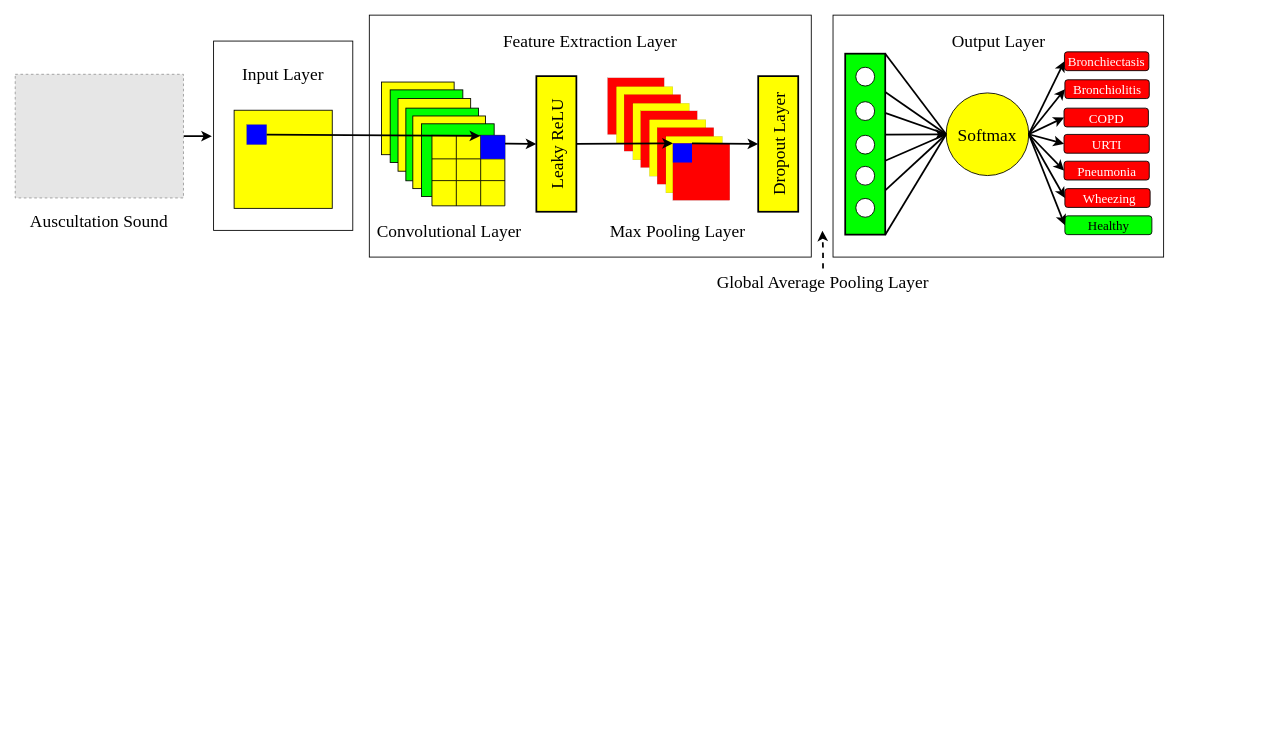
a3X3k/-Random- keeps this draw.io diagram as FYP.drawio. Above is the earlier version. Source tidied: cells renumbered, new cells numbered last; positions are measured from the earlier drawing's top-left corner, leaving out a move shared by most shapes. Both pictures are drawn from the tidied source at 87%, with x=0, y=0 at pixel (15, 15). Pictures stored in the file or linked from it are replaced by grey dashed boxes.
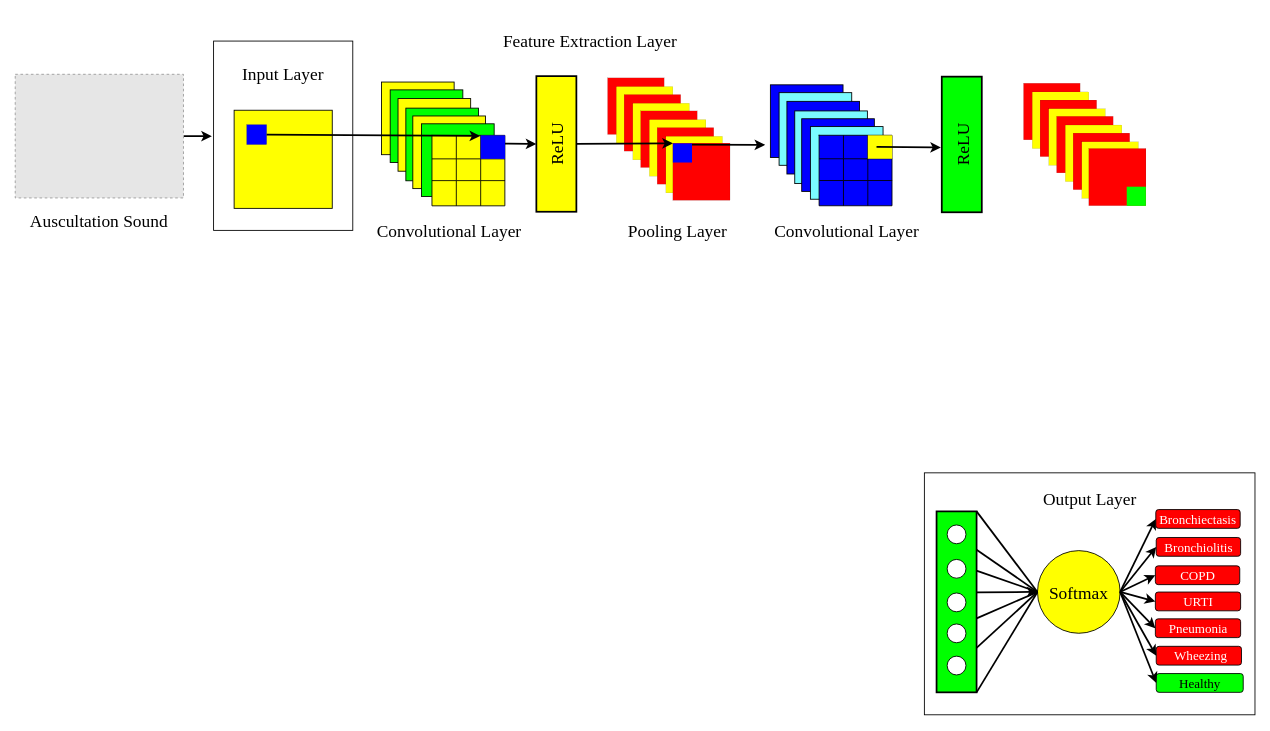
Above is the later version.

The change refers to these unchanged cells:
```xml
<mxCell id="24" style="whiteSpace=wrap;html=1;rounded=0;shadow=0;glass=0;sketch=0;fillStyle=auto;strokeColor=none;strokeWidth=0;fillColor=#0000FF;fontSize=20;" parent="1" vertex="1">
  <mxGeometry x="755.9" y="147.3" width="22" height="22" as="geometry" />
</mxCell>
```

Change to the diagram source:
```diff
@@
     <mxCell id="2" style="rounded=0;whiteSpace=wrap;html=1;shadow=0;glass=0;sketch=0;fillStyle=auto;strokeColor=#000000;strokeWidth=1;fontFamily=Times New Roman;fontSize=20;fillColor=none;gradientColor=none;" parent="1" vertex="1">
-      <mxGeometry x="940" y="-0.1" width="380" height="278.1" as="geometry" />
+      <mxGeometry x="1045" y="526" width="380" height="278.1" as="geometry" />
     </mxCell>
-    <mxCell id="3" style="rounded=0;whiteSpace=wrap;html=1;shadow=0;glass=0;sketch=0;fillStyle=auto;strokeColor=#000000;strokeWidth=1;fontFamily=Times New Roman;fontSize=20;fillColor=#FFFFFF;gradientColor=none;" parent="1" vertex="1">
-      <mxGeometry x="407" y="-0.1" width="508" height="278.1" as="geometry" />
-    </mxCell>
@@
     <mxCell id="23" style="whiteSpace=wrap;html=1;rounded=0;shadow=0;glass=0;sketch=0;fillStyle=auto;strokeColor=#000000;strokeWidth=0;fillColor=#FF0000;fontSize=20;" parent="1" vertex="1">
-      <mxGeometry x="755.9" y="147.3" width="65.4" height="65.4" as="geometry" />
+      <mxGeometry x="755.9" y="147" width="65.7" height="65.7" as="geometry" />
     </mxCell>
@@
-    <mxCell id="38" value="Leaky ReLU" style="rounded=0;whiteSpace=wrap;html=1;shadow=0;glass=0;sketch=0;fillStyle=auto;strokeColor=#000000;strokeWidth=2;fillColor=#FFFF00;gradientColor=none;direction=south;textDirection=ltr;horizontal=0;fontFamily=Times New Roman;fontSize=20;" parent="1" vertex="1">
+    <mxCell id="38" value="ReLU" style="rounded=0;whiteSpace=wrap;html=1;shadow=0;glass=0;sketch=0;fillStyle=auto;strokeColor=#000000;strokeWidth=2;fillColor=#FFFF00;gradientColor=none;direction=south;textDirection=ltr;horizontal=0;fontFamily=Times New Roman;fontSize=20;" parent="1" vertex="1">
       <mxGeometry x="599" y="70" width="46" height="155.9" as="geometry" />
     </mxCell>
-    <mxCell id="39" value="Dropout Layer" style="rounded=0;whiteSpace=wrap;html=1;shadow=0;glass=0;sketch=0;fillStyle=auto;strokeColor=#000000;strokeWidth=2;fillColor=#FFFF00;gradientColor=none;direction=south;textDirection=ltr;horizontal=0;fontFamily=Times New Roman;fontSize=20;" parent="1" vertex="1">
-      <mxGeometry x="854" y="70" width="46" height="155.9" as="geometry" />
-    </mxCell>
     <mxCell id="40" style="rounded=0;whiteSpace=wrap;html=1;shadow=0;glass=0;sketch=0;fillStyle=auto;strokeColor=#000000;strokeWidth=2;fillColor=#00FF00;gradientColor=none;direction=south;textDirection=ltr;horizontal=0;fontFamily=Times New Roman;fontSize=20;" parent="1" vertex="1">
-      <mxGeometry x="954" y="44.2" width="46" height="208" as="geometry" />
+      <mxGeometry x="1059" y="570.3" width="46" height="208" as="geometry" />
     </mxCell>
     <mxCell id="41" style="ellipse;whiteSpace=wrap;html=1;rounded=0;shadow=0;glass=0;sketch=0;fillStyle=auto;strokeColor=#000000;strokeWidth=1;fontFamily=Times New Roman;fontSize=20;fillColor=#FFFFFF;gradientColor=none;" parent="1" vertex="1">
-      <mxGeometry x="966.2" y="59.8" width="21.6" height="21.6" as="geometry" />
+      <mxGeometry x="1071.2" y="585.9" width="21.6" height="21.6" as="geometry" />
     </mxCell>
@@
-    <mxCell id="46" value="Max Pooling Layer" style="text;html=1;strokeColor=none;fillColor=none;align=center;verticalAlign=middle;whiteSpace=wrap;rounded=0;shadow=0;glass=0;sketch=0;fillStyle=auto;strokeWidth=1;fontFamily=Times New Roman;fontSize=20;" parent="1" vertex="1">
+    <mxCell id="46" value="Pooling Layer" style="text;html=1;strokeColor=none;fillColor=none;align=center;verticalAlign=middle;whiteSpace=wrap;rounded=0;shadow=0;glass=0;sketch=0;fillStyle=auto;strokeWidth=1;fontFamily=Times New Roman;fontSize=20;" parent="1" vertex="1">
       <mxGeometry x="681.9" y="232.2" width="159" height="30" as="geometry" />
     </mxCell>
@@
-    <mxCell id="50" style="endArrow=classic;html=1;rounded=0;strokeWidth=2;fontFamily=Times New Roman;fontSize=20;entryX=0.5;entryY=1;entryDx=0;entryDy=0;exitX=1;exitY=0;exitDx=0;exitDy=0;" parent="1" edge="1" source="24" target="39">
-      <mxGeometry relative="1" as="geometry" />
+    <mxCell id="50" style="endArrow=classic;html=1;rounded=0;strokeWidth=2;fontFamily=Times New Roman;fontSize=20;exitX=1;exitY=0;exitDx=0;exitDy=0;" parent="1" edge="1">
+      <mxGeometry relative="1" as="geometry">
+        <mxPoint x="777.9" y="148.7" as="sourcePoint" />
+        <mxPoint x="862" y="149" as="targetPoint" />
+      </mxGeometry>
     </mxCell>
     <mxCell id="51" style="ellipse;whiteSpace=wrap;html=1;rounded=0;shadow=0;glass=0;sketch=0;fillStyle=auto;strokeColor=#000000;strokeWidth=1;fontFamily=Times New Roman;fontSize=20;fillColor=#FFFFFF;gradientColor=none;" parent="1" vertex="1">
-      <mxGeometry x="966.2" y="99.4" width="21.6" height="21.6" as="geometry" />
+      <mxGeometry x="1071.2" y="625.5" width="21.6" height="21.6" as="geometry" />
     </mxCell>
     <mxCell id="52" style="ellipse;whiteSpace=wrap;html=1;rounded=0;shadow=0;glass=0;sketch=0;fillStyle=auto;strokeColor=#000000;strokeWidth=1;fontFamily=Times New Roman;fontSize=20;fillColor=#FFFFFF;gradientColor=none;" parent="1" vertex="1">
-      <mxGeometry x="966.2" y="138" width="21.6" height="21.6" as="geometry" />
+      <mxGeometry x="1071.2" y="664.1" width="21.6" height="21.6" as="geometry" />
     </mxCell>
     <mxCell id="53" style="ellipse;whiteSpace=wrap;html=1;rounded=0;shadow=0;glass=0;sketch=0;fillStyle=auto;strokeColor=#000000;strokeWidth=1;fontFamily=Times New Roman;fontSize=20;fillColor=#FFFFFF;gradientColor=none;" parent="1" vertex="1">
-      <mxGeometry x="966.2" y="173.7" width="21.6" height="21.6" as="geometry" />
+      <mxGeometry x="1071.2" y="699.7" width="21.6" height="21.6" as="geometry" />
     </mxCell>
     <mxCell id="54" style="ellipse;whiteSpace=wrap;html=1;rounded=0;shadow=0;glass=0;sketch=0;fillStyle=auto;strokeColor=#000000;strokeWidth=1;fontFamily=Times New Roman;fontSize=20;fillColor=#FFFFFF;gradientColor=none;" parent="1" vertex="1">
-      <mxGeometry x="966.2" y="210.6" width="21.6" height="21.6" as="geometry" />
+      <mxGeometry x="1071.2" y="736.7" width="21.6" height="21.6" as="geometry" />
     </mxCell>
     <mxCell id="55" value="Output Layer" style="text;html=1;strokeColor=none;fillColor=none;align=center;verticalAlign=middle;whiteSpace=wrap;rounded=0;shadow=0;glass=0;sketch=0;fillStyle=auto;strokeWidth=1;fontFamily=Times New Roman;fontSize=20;" parent="1" vertex="1">
-      <mxGeometry x="1073.5" y="14.2" width="113" height="30" as="geometry" />
+      <mxGeometry x="1178.5" y="540.3" width="113" height="30" as="geometry" />
     </mxCell>
     <mxCell id="56" value="Softmax" style="ellipse;whiteSpace=wrap;html=1;rounded=0;shadow=0;glass=0;sketch=0;fillStyle=auto;strokeColor=#000000;strokeWidth=1;fontFamily=Times New Roman;fontSize=20;fillColor=#FFFF00;gradientColor=none;" parent="1" vertex="1">
-      <mxGeometry x="1070" y="89.3" width="95" height="95" as="geometry" />
+      <mxGeometry x="1175" y="615.4" width="95" height="95" as="geometry" />
     </mxCell>
     <mxCell id="57" style="endArrow=classic;html=1;rounded=0;strokeWidth=2;fontFamily=Times New Roman;fontSize=20;entryX=0;entryY=0.5;entryDx=0;entryDy=0;" parent="1" edge="1" target="56">
       <mxGeometry relative="1" as="geometry">
-        <mxPoint x="1000" y="137.3" as="sourcePoint" />
+        <mxPoint x="1105" y="663.3" as="sourcePoint" />
       </mxGeometry>
     </mxCell>
     <mxCell id="58" style="endArrow=none;html=1;rounded=0;strokeWidth=2;fontFamily=Times New Roman;fontSize=20;exitX=0;exitY=0.5;exitDx=0;exitDy=0;" parent="1" edge="1" source="56">
       <mxGeometry relative="1" as="geometry">
-        <mxPoint x="1000" y="44.3" as="targetPoint" />
+        <mxPoint x="1105" y="570.3" as="targetPoint" />
       </mxGeometry>
     </mxCell>
     <mxCell id="59" style="endArrow=none;html=1;rounded=0;strokeWidth=2;fontFamily=Times New Roman;fontSize=20;entryX=0;entryY=0.5;entryDx=0;entryDy=0;" parent="1" edge="1" target="56">
       <mxGeometry relative="1" as="geometry">
-        <mxPoint x="1000" y="252.3" as="sourcePoint" />
+        <mxPoint x="1105" y="778.3" as="sourcePoint" />
       </mxGeometry>
     </mxCell>
     <mxCell id="60" style="endArrow=none;html=1;rounded=0;strokeWidth=2;fontFamily=Times New Roman;fontSize=20;entryX=0;entryY=0.5;entryDx=0;entryDy=0;" parent="1" edge="1" target="56">
       <mxGeometry relative="1" as="geometry">
-        <mxPoint x="1000" y="88.3" as="sourcePoint" />
+        <mxPoint x="1105" y="614.3" as="sourcePoint" />
       </mxGeometry>
     </mxCell>
     <mxCell id="61" style="endArrow=none;html=1;rounded=0;strokeWidth=2;fontFamily=Times New Roman;fontSize=20;entryX=0;entryY=0.5;entryDx=0;entryDy=0;" parent="1" edge="1" target="56">
       <mxGeometry relative="1" as="geometry">
-        <mxPoint x="1000" y="201.3" as="sourcePoint" />
+        <mxPoint x="1105" y="727.3" as="sourcePoint" />
       </mxGeometry>
     </mxCell>
     <mxCell id="62" value="Bronchiectasis" style="rounded=1;whiteSpace=wrap;html=1;shadow=0;glass=0;sketch=0;fillStyle=auto;strokeColor=#000000;strokeWidth=1;fontFamily=Times New Roman;fontSize=15;fontColor=#FFFFFF;fillColor=#FF0000;gradientColor=none;" parent="1" vertex="1">
-      <mxGeometry x="1206" y="42.1" width="97" height="21.6" as="geometry" />
+      <mxGeometry x="1311" y="568.2" width="97" height="21.6" as="geometry" />
     </mxCell>
     <mxCell id="63" value="Bronchiolitis" style="rounded=1;whiteSpace=wrap;html=1;shadow=0;glass=0;sketch=0;fillStyle=auto;strokeColor=#000000;strokeWidth=1;fontFamily=Times New Roman;fontSize=15;fontColor=#FFFFFF;fillColor=#FF0000;gradientColor=none;" parent="1" vertex="1">
-      <mxGeometry x="1206.5" y="74.2" width="97" height="21.6" as="geometry" />
+      <mxGeometry x="1311.5" y="600.3" width="97" height="21.6" as="geometry" />
     </mxCell>
     <mxCell id="64" value="COPD" style="rounded=1;whiteSpace=wrap;html=1;shadow=0;glass=0;sketch=0;fillStyle=auto;strokeColor=#000000;strokeWidth=1;fontFamily=Times New Roman;fontSize=15;fontColor=#FFFFFF;fillColor=#FF0000;gradientColor=none;" parent="1" vertex="1">
-      <mxGeometry x="1205.5" y="106.8" width="97" height="21.6" as="geometry" />
+      <mxGeometry x="1310.5" y="632.9" width="97" height="21.6" as="geometry" />
     </mxCell>
     <mxCell id="65" value="URTI" style="rounded=1;whiteSpace=wrap;html=1;shadow=0;glass=0;sketch=0;fillStyle=auto;strokeColor=#000000;strokeWidth=1;fontFamily=Times New Roman;fontSize=15;fontColor=#FFFFFF;fillColor=#FF0000;gradientColor=none;" parent="1" vertex="1">
-      <mxGeometry x="1205.5" y="137" width="98" height="21.6" as="geometry" />
+      <mxGeometry x="1310.5" y="663" width="98" height="21.6" as="geometry" />
     </mxCell>
     <mxCell id="66" value="Pneumonia" style="rounded=1;whiteSpace=wrap;html=1;shadow=0;glass=0;sketch=0;fillStyle=auto;strokeColor=#000000;strokeWidth=1;fontFamily=Times New Roman;fontSize=15;fontColor=#FFFFFF;fillColor=#FF0000;gradientColor=none;" parent="1" vertex="1">
-      <mxGeometry x="1205.5" y="167.8" width="98" height="21.6" as="geometry" />
+      <mxGeometry x="1310.5" y="693.8" width="98" height="21.6" as="geometry" />
     </mxCell>
     <mxCell id="67" value="&amp;nbsp;Wheezing" style="rounded=1;whiteSpace=wrap;html=1;shadow=0;glass=0;sketch=0;fillStyle=auto;strokeColor=#000000;strokeWidth=1;fontFamily=Times New Roman;fontSize=15;fontColor=#FFFFFF;fillColor=#FF0000;gradientColor=none;" parent="1" vertex="1">
-      <mxGeometry x="1206.5" y="199.3" width="98" height="21.6" as="geometry" />
+      <mxGeometry x="1311.5" y="725.4" width="98" height="21.6" as="geometry" />
     </mxCell>
     <mxCell id="68" value="&lt;font color=&quot;#000000&quot; style=&quot;font-size: 15px;&quot;&gt;Healthy&lt;/font&gt;" style="rounded=1;whiteSpace=wrap;html=1;shadow=0;glass=0;sketch=0;fillStyle=auto;strokeColor=#000000;strokeWidth=1;fontFamily=Times New Roman;fontSize=15;fontColor=#FFFFFF;fillColor=#00FF00;gradientColor=none;" parent="1" vertex="1">
-      <mxGeometry x="1206.5" y="230.6" width="100" height="21.6" as="geometry" />
+      <mxGeometry x="1311.5" y="756.7" width="100" height="21.6" as="geometry" />
     </mxCell>
@@
-    <mxCell id="76" style="edgeStyle=orthogonalEdgeStyle;rounded=0;jettySize=auto;html=1;exitX=0.5;exitY=0;exitDx=0;exitDy=0;strokeWidth=2;fontFamily=Times New Roman;fontSize=20;fontColor=#000000;dashed=1;" parent="1" edge="1" source="77">
-      <mxGeometry relative="1" as="geometry">
-        <mxPoint x="927.8" y="247.6" as="targetPoint" />
-      </mxGeometry>
-    </mxCell>
-    <mxCell id="77" value="Global Average Pooling Layer" style="text;html=1;strokeColor=none;fillColor=none;align=center;verticalAlign=middle;whiteSpace=wrap;rounded=0;shadow=0;glass=0;sketch=0;fillStyle=auto;strokeWidth=1;fontFamily=Times New Roman;fontSize=20;" parent="1" vertex="1">
-      <mxGeometry x="805" y="291" width="247" height="30" as="geometry" />
-    </mxCell>
     <mxCell id="78" style="endArrow=none;html=1;rounded=0;strokeWidth=2;fontFamily=Times New Roman;fontSize=20;fontColor=#000000;entryX=0;entryY=0.5;entryDx=0;entryDy=0;" parent="1" edge="1" target="56">
       <mxGeometry relative="1" as="geometry">
-        <mxPoint x="1000" y="167.3" as="sourcePoint" />
+        <mxPoint x="1105" y="693.3" as="sourcePoint" />
       </mxGeometry>
     </mxCell>
     <mxCell id="79" style="endArrow=none;html=1;rounded=0;strokeWidth=2;fontFamily=Times New Roman;fontSize=20;fontColor=#000000;entryX=0;entryY=0.5;entryDx=0;entryDy=0;exitX=0.186;exitY=0.414;exitDx=0;exitDy=0;exitPerimeter=0;" parent="1" edge="1" target="56">
       <mxGeometry relative="1" as="geometry">
-        <mxPoint x="999.8" y="112.3" as="sourcePoint" />
+        <mxPoint x="1104.8" y="638.4" as="sourcePoint" />
       </mxGeometry>
     </mxCell>
+    <mxCell id="80" style="whiteSpace=wrap;html=1;fillColor=#0000FF;shadow=0;strokeColor=#000000;rounded=0;sketch=0;glass=0;strokeWidth=1;fillStyle=auto;perimeterSpacing=0;fontSize=20;" parent="1" vertex="1">
+      <mxGeometry x="868" y="80" width="83.5" height="83.5" as="geometry" />
+    </mxCell>
+    <mxCell id="81" style="whiteSpace=wrap;html=1;fillColor=#7AFBFF;shadow=0;strokeColor=#000000;rounded=0;sketch=0;glass=0;strokeWidth=1;fillStyle=auto;perimeterSpacing=0;fontSize=20;" parent="1" vertex="1">
+      <mxGeometry x="878" y="89" width="83.5" height="83.5" as="geometry" />
+    </mxCell>
+    <mxCell id="82" style="whiteSpace=wrap;html=1;fillColor=#0000FF;shadow=0;strokeColor=#000000;rounded=0;sketch=0;glass=0;strokeWidth=1;fillStyle=auto;perimeterSpacing=0;fontSize=20;" parent="1" vertex="1">
+      <mxGeometry x="887" y="99" width="83.5" height="83.5" as="geometry" />
+    </mxCell>
+    <mxCell id="83" style="whiteSpace=wrap;html=1;fillColor=#7AFBFF;shadow=0;strokeColor=#000000;rounded=0;sketch=0;glass=0;strokeWidth=1;fillStyle=auto;perimeterSpacing=0;fontSize=20;" parent="1" vertex="1">
+      <mxGeometry x="896" y="110" width="83.5" height="83.5" as="geometry" />
+    </mxCell>
+    <mxCell id="84" style="whiteSpace=wrap;html=1;fillColor=#0000FF;shadow=0;strokeColor=#000000;rounded=0;sketch=0;glass=0;strokeWidth=1;fillStyle=auto;perimeterSpacing=0;fontSize=20;" parent="1" vertex="1">
+      <mxGeometry x="904" y="119" width="83.5" height="83.5" as="geometry" />
+    </mxCell>
+    <mxCell id="85" style="whiteSpace=wrap;html=1;fillColor=#7AFBFF;shadow=0;strokeColor=#000000;rounded=0;sketch=0;glass=0;strokeWidth=1;fillStyle=auto;perimeterSpacing=0;fontSize=20;" parent="1" vertex="1">
+      <mxGeometry x="914" y="128" width="83.5" height="83.5" as="geometry" />
+    </mxCell>
+    <mxCell id="86" style="shape=table;html=1;whiteSpace=wrap;startSize=0;childLayout=tableLayout;rounded=0;shadow=0;glass=0;sketch=0;fillStyle=auto;strokeColor=#000000;strokeWidth=1;fillColor=#0000FF;gradientColor=none;swimlaneFillColor=none;fontSize=20;" parent="1" vertex="1">
+      <mxGeometry x="924" y="138" width="83.8" height="81" as="geometry" />
+    </mxCell>
+    <mxCell id="87" style="shape=tableRow;horizontal=0;startSize=0;swimlaneHead=0;swimlaneBody=0;top=0;left=0;bottom=0;right=0;fillColor=none;rounded=0;shadow=0;glass=0;sketch=0;fillStyle=auto;strokeColor=#000000;strokeWidth=3;opacity=10;fontSize=20;" parent="86" vertex="1">
+      <mxGeometry width="83.8" height="27" as="geometry" />
+    </mxCell>
+    <mxCell id="88" style="shape=partialRectangle;html=1;whiteSpace=wrap;fillColor=none;top=0;left=0;bottom=0;right=0;overflow=hidden;rounded=0;shadow=0;glass=0;sketch=0;fillStyle=auto;strokeColor=#000000;strokeWidth=3;opacity=10;fontSize=20;" parent="87" vertex="1">
+      <mxGeometry width="28" height="27" as="geometry" />
+    </mxCell>
+    <mxCell id="89" style="shape=partialRectangle;html=1;whiteSpace=wrap;fillColor=none;top=0;left=0;bottom=0;right=0;overflow=hidden;rounded=0;shadow=0;glass=0;sketch=0;fillStyle=auto;strokeColor=#000000;strokeWidth=3;opacity=10;fontSize=20;" parent="87" vertex="1">
+      <mxGeometry x="28" width="28" height="27" as="geometry" />
+    </mxCell>
+    <mxCell id="90" style="shape=partialRectangle;html=1;whiteSpace=wrap;fillColor=#FFFF00;top=0;left=0;bottom=0;right=0;overflow=hidden;rounded=0;shadow=0;glass=0;sketch=0;fillStyle=auto;strokeColor=#000000;strokeWidth=3;fontSize=20;" parent="87" vertex="1">
+      <mxGeometry x="56" width="28" height="27" as="geometry" />
+    </mxCell>
+    <mxCell id="91" style="shape=tableRow;horizontal=0;startSize=0;swimlaneHead=0;swimlaneBody=0;top=0;left=0;bottom=0;right=0;fillColor=none;rounded=0;shadow=0;glass=0;sketch=0;fillStyle=auto;strokeColor=#000000;strokeWidth=3;opacity=10;fontSize=20;" parent="86" vertex="1">
+      <mxGeometry y="27" width="83.8" height="25" as="geometry" />
+    </mxCell>
+    <mxCell id="92" style="shape=partialRectangle;html=1;whiteSpace=wrap;fillColor=none;top=0;left=0;bottom=0;right=0;overflow=hidden;rounded=0;shadow=0;glass=0;sketch=0;fillStyle=auto;strokeColor=#000000;strokeWidth=3;opacity=10;fontSize=20;" parent="91" vertex="1">
+      <mxGeometry width="28" height="25" as="geometry" />
+    </mxCell>
+    <mxCell id="93" style="shape=partialRectangle;html=1;whiteSpace=wrap;fillColor=none;top=0;left=0;bottom=0;right=0;overflow=hidden;rounded=0;shadow=0;glass=0;sketch=0;fillStyle=auto;strokeColor=#000000;strokeWidth=3;opacity=10;fontSize=20;" parent="91" vertex="1">
+      <mxGeometry x="28" width="28" height="25" as="geometry" />
+    </mxCell>
+    <mxCell id="94" style="shape=partialRectangle;html=1;whiteSpace=wrap;fillColor=none;top=0;left=0;bottom=0;right=0;overflow=hidden;rounded=0;shadow=0;glass=0;sketch=0;fillStyle=auto;strokeColor=#000000;strokeWidth=3;opacity=10;fontSize=20;" parent="91" vertex="1">
+      <mxGeometry x="56" width="28" height="25" as="geometry" />
+    </mxCell>
+    <mxCell id="95" style="shape=tableRow;horizontal=0;startSize=0;swimlaneHead=0;swimlaneBody=0;top=0;left=0;bottom=0;right=0;fillColor=none;rounded=0;shadow=0;glass=0;sketch=0;fillStyle=auto;strokeColor=#000000;strokeWidth=3;opacity=10;fontSize=20;" parent="86" vertex="1">
+      <mxGeometry y="52" width="83.8" height="29" as="geometry" />
+    </mxCell>
+    <mxCell id="96" style="shape=partialRectangle;html=1;whiteSpace=wrap;fillColor=none;top=0;left=0;bottom=0;right=0;overflow=hidden;rounded=0;shadow=0;glass=0;sketch=0;fillStyle=auto;strokeColor=#000000;strokeWidth=3;fontSize=20;" parent="95" vertex="1">
+      <mxGeometry width="28" height="29" as="geometry" />
+    </mxCell>
+    <mxCell id="97" style="shape=partialRectangle;html=1;whiteSpace=wrap;fillColor=none;top=0;left=0;bottom=0;right=0;overflow=hidden;rounded=0;shadow=0;glass=0;sketch=0;fillStyle=auto;strokeColor=#000000;strokeWidth=3;opacity=10;fontSize=20;" parent="95" vertex="1">
+      <mxGeometry x="28" width="28" height="29" as="geometry" />
+    </mxCell>
+    <mxCell id="98" style="shape=partialRectangle;html=1;whiteSpace=wrap;fillColor=none;top=0;left=0;bottom=0;right=0;overflow=hidden;rounded=0;shadow=0;glass=0;sketch=0;fillStyle=auto;strokeColor=#000000;strokeWidth=3;opacity=10;fontSize=20;" parent="95" vertex="1">
+      <mxGeometry x="56" width="28" height="29" as="geometry" />
+    </mxCell>
+    <mxCell id="99" value="Convolutional Layer" style="text;html=1;strokeColor=none;fillColor=none;align=center;verticalAlign=middle;whiteSpace=wrap;rounded=0;shadow=0;glass=0;sketch=0;fillStyle=auto;strokeWidth=1;fontFamily=Times New Roman;fontSize=20;" parent="1" vertex="1">
+      <mxGeometry x="870.8" y="232.2" width="170" height="30" as="geometry" />
+    </mxCell>
+    <mxCell id="100" value="ReLU" style="rounded=0;whiteSpace=wrap;html=1;shadow=0;glass=0;sketch=0;fillStyle=auto;strokeColor=#000000;strokeWidth=2;fillColor=#00FF00;gradientColor=none;direction=south;textDirection=ltr;horizontal=0;fontFamily=Times New Roman;fontSize=20;" parent="1" vertex="1">
+      <mxGeometry x="1065" y="70.6" width="46" height="155.9" as="geometry" />
+    </mxCell>
+    <mxCell id="101" style="endArrow=classic;html=1;rounded=0;strokeWidth=2;fontFamily=Times New Roman;fontSize=20;exitX=1;exitY=0;exitDx=0;exitDy=0;" parent="1" edge="1">
+      <mxGeometry relative="1" as="geometry">
+        <mxPoint x="990" y="151.2" as="sourcePoint" />
+        <mxPoint x="1064" y="152" as="targetPoint" />
+      </mxGeometry>
+    </mxCell>
+    <mxCell id="102" style="whiteSpace=wrap;html=1;rounded=0;shadow=0;glass=0;sketch=0;fillStyle=auto;strokeColor=#000000;strokeWidth=0;fillColor=#FF0000;fontSize=20;" parent="1" vertex="1">
+      <mxGeometry x="1159" y="78.2" width="65" height="65" as="geometry" />
+    </mxCell>
+    <mxCell id="103" style="whiteSpace=wrap;html=1;rounded=0;shadow=0;glass=0;sketch=0;fillStyle=auto;strokeColor=#000000;strokeWidth=0;fillColor=#FFFF00;fontSize=20;" parent="1" vertex="1">
+      <mxGeometry x="1169" y="88.2" width="65" height="65" as="geometry" />
+    </mxCell>
+    <mxCell id="104" style="whiteSpace=wrap;html=1;rounded=0;shadow=0;glass=0;sketch=0;fillStyle=auto;strokeColor=#000000;strokeWidth=0;fillColor=#FF0000;fontSize=20;" parent="1" vertex="1">
+      <mxGeometry x="1178" y="97.5" width="65" height="65" as="geometry" />
+    </mxCell>
+    <mxCell id="105" style="whiteSpace=wrap;html=1;rounded=0;shadow=0;glass=0;sketch=0;fillStyle=auto;strokeColor=#000000;strokeWidth=0;fillColor=#FFFF00;fontSize=20;" parent="1" vertex="1">
+      <mxGeometry x="1188" y="107.5" width="65" height="65" as="geometry" />
+    </mxCell>
+    <mxCell id="106" style="whiteSpace=wrap;html=1;rounded=0;shadow=0;glass=0;sketch=0;fillStyle=auto;strokeColor=#000000;strokeWidth=0;fillColor=#FF0000;fontSize=20;" parent="1" vertex="1">
+      <mxGeometry x="1197" y="116.2" width="65" height="65" as="geometry" />
+    </mxCell>
+    <mxCell id="107" style="whiteSpace=wrap;html=1;rounded=0;shadow=0;glass=0;sketch=0;fillStyle=auto;strokeColor=#000000;strokeWidth=0;fillColor=#FFFF00;fontSize=20;" parent="1" vertex="1">
+      <mxGeometry x="1207" y="126.2" width="65" height="65" as="geometry" />
+    </mxCell>
+    <mxCell id="108" style="whiteSpace=wrap;html=1;rounded=0;shadow=0;glass=0;sketch=0;fillStyle=auto;strokeColor=#000000;strokeWidth=0;fillColor=#FF0000;fontSize=20;" parent="1" vertex="1">
+      <mxGeometry x="1216" y="135.5" width="65" height="65" as="geometry" />
+    </mxCell>
+    <mxCell id="109" style="whiteSpace=wrap;html=1;rounded=0;shadow=0;glass=0;sketch=0;fillStyle=auto;strokeColor=#000000;strokeWidth=0;fillColor=#FFFF00;fontSize=20;" parent="1" vertex="1">
+      <mxGeometry x="1226" y="145.5" width="65" height="65" as="geometry" />
+    </mxCell>
+    <mxCell id="110" style="whiteSpace=wrap;html=1;rounded=0;shadow=0;glass=0;sketch=0;fillStyle=auto;strokeColor=#000000;strokeWidth=0;fillColor=#FF0000;fontSize=20;" parent="1" vertex="1">
+      <mxGeometry x="1234" y="153.2" width="65.7" height="65.7" as="geometry" />
+    </mxCell>
+    <mxCell id="111" style="whiteSpace=wrap;html=1;rounded=0;shadow=0;glass=0;sketch=0;fillStyle=auto;strokeColor=none;strokeWidth=0;fillColor=#00FF00;fontSize=20;" parent="1" vertex="1">
+      <mxGeometry x="1277.6" y="197.1" width="22" height="22" as="geometry" />
+    </mxCell>
```
